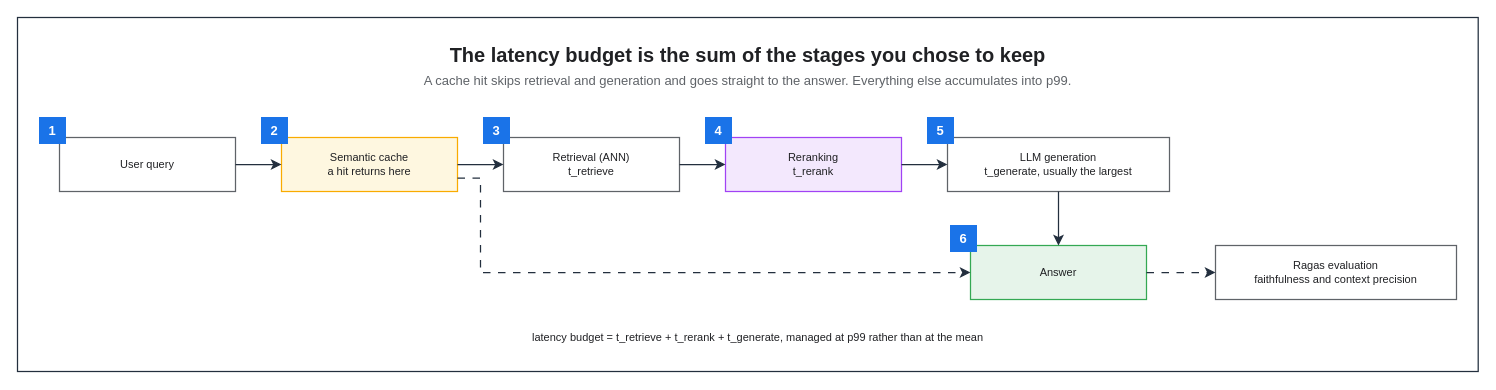
Before: assets/img/ai/rag-06-latency-eval.drawio in KKamJi98/kkamji98.github.io, a draw.io diagram. Source tidied: cells renumbered, new cells numbered last; positions are measured from the earlier drawing's top-left corner, leaving out a move shared by most shapes. Both pictures are drawn from the tidied source at 100%, with x=0, y=0 at pixel (17, 17).
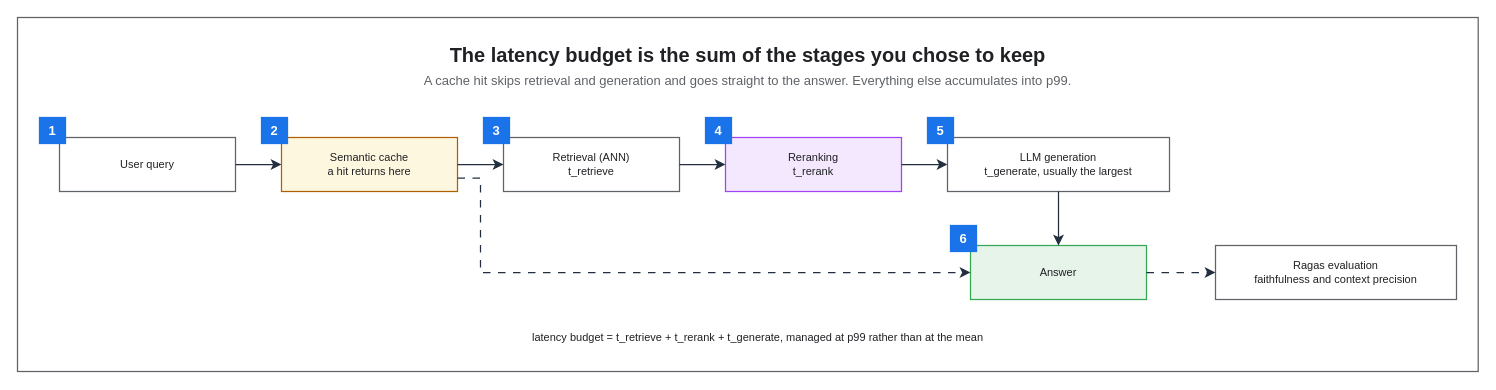
The same page after the edit.

The edit, as a diff of the source:
```diff
@@
-    <mxCell id="2" style="rounded=0;html=0;fillColor=none;strokeColor=#232F3E;fontColor=#202124;strokeWidth=1.25;" parent="1" vertex="1">
+    <mxCell id="2" style="rounded=0;html=0;fillColor=none;strokeColor=#5F6368;fontColor=#202124;strokeWidth=1.25;" parent="1" vertex="1">
       <mxGeometry width="1460.7" height="354" as="geometry" />
     </mxCell>
@@
-    <mxCell id="6" value="Semantic cache&#10;a hit returns here" style="rounded=0;whiteSpace=wrap;html=0;fillColor=#FEF7E0;strokeColor=#F9AB00;fontColor=#202124;fontSize=11;fontStyle=0;align=center;verticalAlign=middle;spacingLeft=6;spacingRight=6;strokeWidth=1.25;" parent="1" vertex="1">
+    <mxCell id="6" value="Semantic cache&#10;a hit returns here" style="rounded=0;whiteSpace=wrap;html=0;fillColor=#FEF7E0;strokeColor=#B06000;fontColor=#202124;fontSize=11;fontStyle=0;align=center;verticalAlign=middle;spacingLeft=6;spacingRight=6;strokeWidth=1.25;" parent="1" vertex="1">
       <mxGeometry x="264" y="120" width="176" height="54" as="geometry" />
     </mxCell>
@@
-    <mxCell id="13" value="1" style="rounded=0;whiteSpace=wrap;html=0;fillColor=#1A73E8;strokeColor=#1A73E8;fontColor=#FFFFFF;fontSize=13;fontStyle=1;align=center;verticalAlign=middle;" parent="1" vertex="1">
+    <mxCell id="13" value="1" style="rounded=0;whiteSpace=wrap;html=0;fillColor=#1A73E8;strokeColor=#1A73E8;fontColor=#FFFFFF;fontSize=13;fontStyle=1;align=center;verticalAlign=middle;strokeWidth=1.25;" parent="1" vertex="1">
       <mxGeometry x="22" y="100" width="26" height="26" as="geometry" />
     </mxCell>
-    <mxCell id="14" value="2" style="rounded=0;whiteSpace=wrap;html=0;fillColor=#1A73E8;strokeColor=#1A73E8;fontColor=#FFFFFF;fontSize=13;fontStyle=1;align=center;verticalAlign=middle;" parent="1" vertex="1">
+    <mxCell id="14" value="2" style="rounded=0;whiteSpace=wrap;html=0;fillColor=#1A73E8;strokeColor=#1A73E8;fontColor=#FFFFFF;fontSize=13;fontStyle=1;align=center;verticalAlign=middle;strokeWidth=1.25;" parent="1" vertex="1">
       <mxGeometry x="244" y="100" width="26" height="26" as="geometry" />
     </mxCell>
-    <mxCell id="15" value="3" style="rounded=0;whiteSpace=wrap;html=0;fillColor=#1A73E8;strokeColor=#1A73E8;fontColor=#FFFFFF;fontSize=13;fontStyle=1;align=center;verticalAlign=middle;" parent="1" vertex="1">
+    <mxCell id="15" value="3" style="rounded=0;whiteSpace=wrap;html=0;fillColor=#1A73E8;strokeColor=#1A73E8;fontColor=#FFFFFF;fontSize=13;fontStyle=1;align=center;verticalAlign=middle;strokeWidth=1.25;" parent="1" vertex="1">
       <mxGeometry x="466" y="100" width="26" height="26" as="geometry" />
     </mxCell>
-    <mxCell id="16" value="4" style="rounded=0;whiteSpace=wrap;html=0;fillColor=#1A73E8;strokeColor=#1A73E8;fontColor=#FFFFFF;fontSize=13;fontStyle=1;align=center;verticalAlign=middle;" parent="1" vertex="1">
+    <mxCell id="16" value="4" style="rounded=0;whiteSpace=wrap;html=0;fillColor=#1A73E8;strokeColor=#1A73E8;fontColor=#FFFFFF;fontSize=13;fontStyle=1;align=center;verticalAlign=middle;strokeWidth=1.25;" parent="1" vertex="1">
       <mxGeometry x="688" y="100" width="26" height="26" as="geometry" />
     </mxCell>
-    <mxCell id="17" value="5" style="rounded=0;whiteSpace=wrap;html=0;fillColor=#1A73E8;strokeColor=#1A73E8;fontColor=#FFFFFF;fontSize=13;fontStyle=1;align=center;verticalAlign=middle;" parent="1" vertex="1">
+    <mxCell id="17" value="5" style="rounded=0;whiteSpace=wrap;html=0;fillColor=#1A73E8;strokeColor=#1A73E8;fontColor=#FFFFFF;fontSize=13;fontStyle=1;align=center;verticalAlign=middle;strokeWidth=1.25;" parent="1" vertex="1">
       <mxGeometry x="910" y="100" width="26" height="26" as="geometry" />
     </mxCell>
-    <mxCell id="18" value="6" style="rounded=0;whiteSpace=wrap;html=0;fillColor=#1A73E8;strokeColor=#1A73E8;fontColor=#FFFFFF;fontSize=13;fontStyle=1;align=center;verticalAlign=middle;" parent="1" vertex="1">
+    <mxCell id="18" value="6" style="rounded=0;whiteSpace=wrap;html=0;fillColor=#1A73E8;strokeColor=#1A73E8;fontColor=#FFFFFF;fontSize=13;fontStyle=1;align=center;verticalAlign=middle;strokeWidth=1.25;" parent="1" vertex="1">
       <mxGeometry x="933" y="208" width="26" height="26" as="geometry" />
     </mxCell>
```
